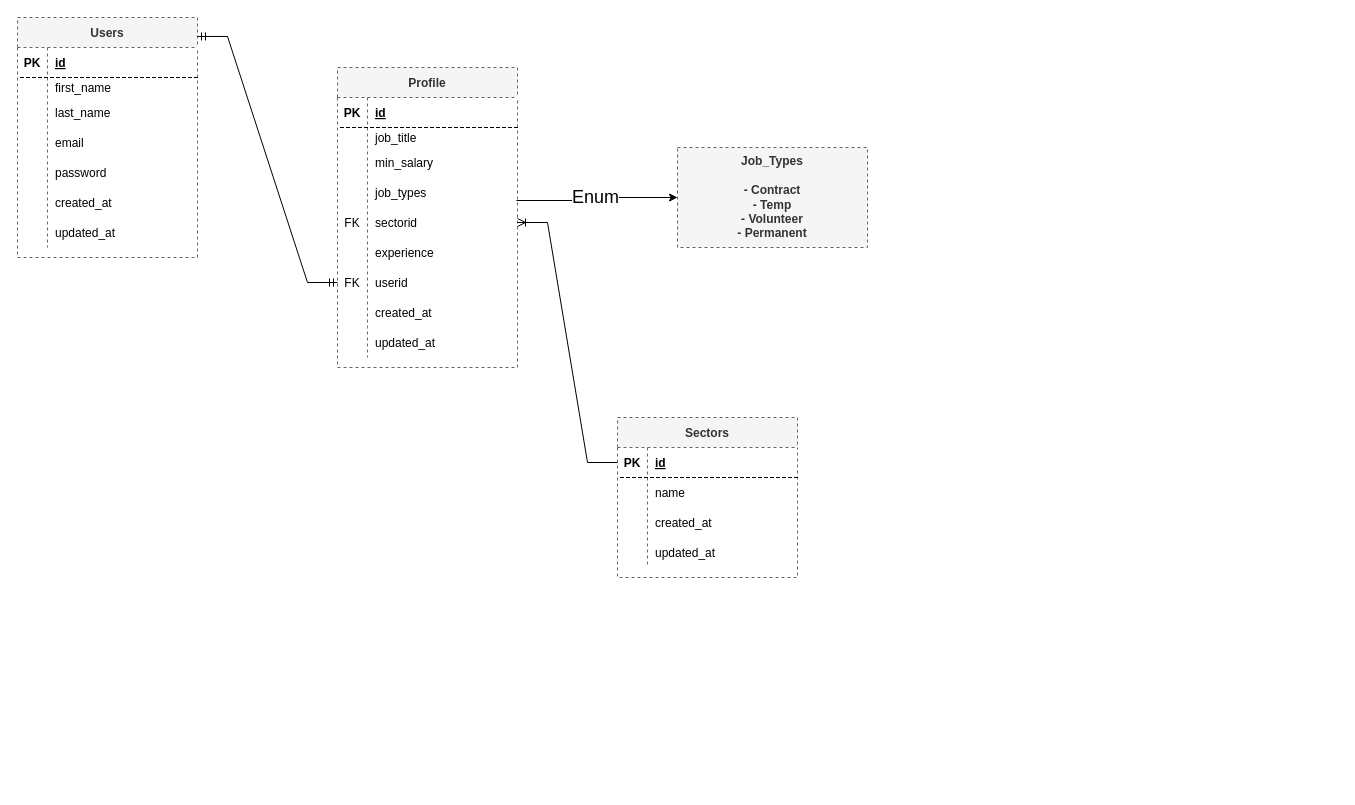
Before: Untitled Diagram.drawio in Kascod/first-repo, a draw.io diagram. Source tidied: cells renumbered, new cells numbered last; positions are measured from the earlier drawing's top-left corner, leaving out a move shared by most shapes. Both pictures are drawn from the tidied source at 100%, with x=0, y=0 at pixel (17, 17).
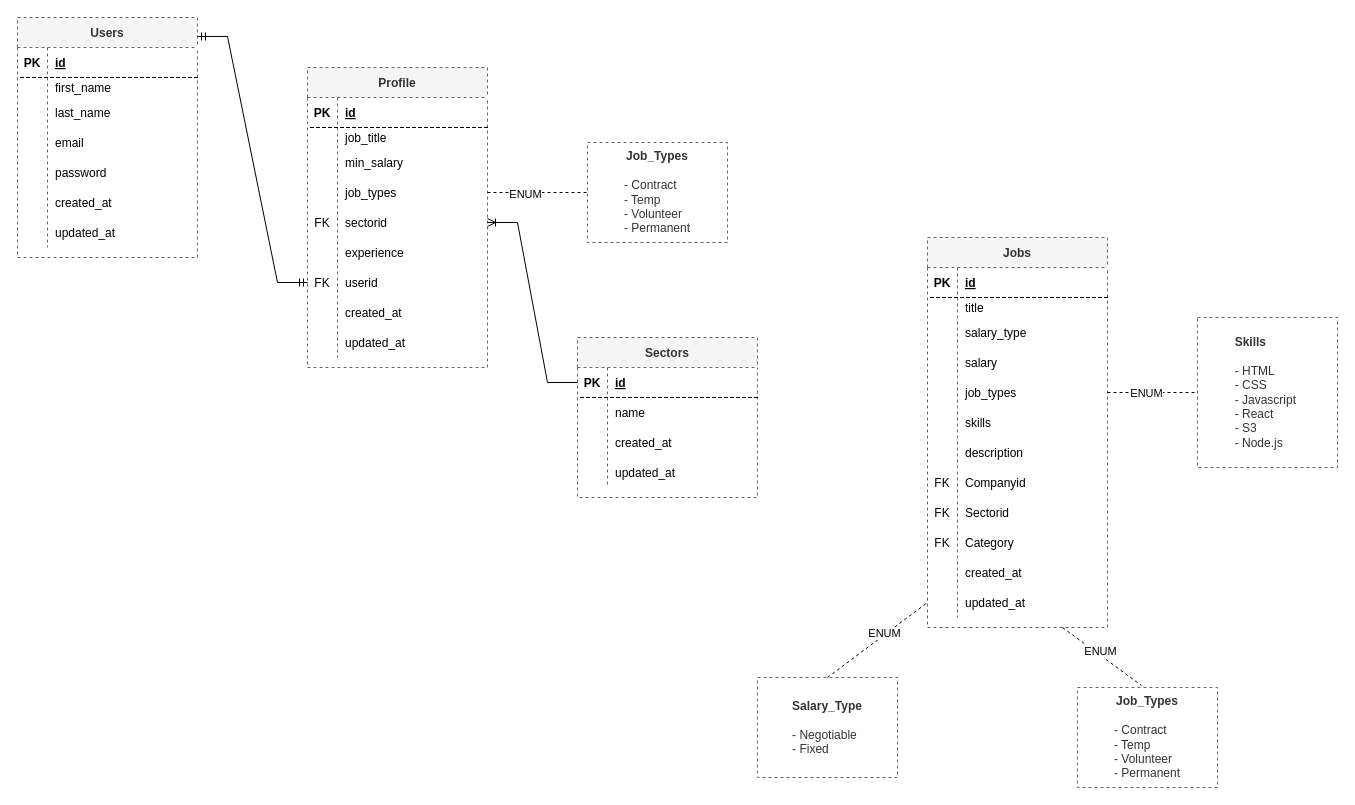
Above is the later version.

Unchanged cells that the change refers to:
```xml
<mxCell id="36" style="shape=tableRow;horizontal=0;startSize=0;swimlaneHead=0;swimlaneBody=0;fillColor=none;points=[[0,0.5],[1,0.5]];portConstraint=eastwest;top=0;left=0;right=0;bottom=0;dashed=1;" parent="26" vertex="1">
  <mxGeometry y="110" width="180" height="30" as="geometry" />
</mxCell>
```

Change to the diagram source:
```diff
@@
-    <mxCell id="24" style="edgeStyle=orthogonalEdgeStyle;rounded=0;jettySize=auto;html=1;exitX=0.994;exitY=0.767;exitDx=0;exitDy=0;exitPerimeter=0;" parent="1" edge="1" source="36" target="54">
-      <mxGeometry relative="1" as="geometry" />
-    </mxCell>
-    <mxCell id="25" value="&lt;font style=&quot;font-size: 18px;&quot;&gt;Enum&lt;/font&gt;" style="edgeLabel;html=1;align=center;verticalAlign=middle;" parent="24" vertex="1">
-      <mxGeometry x="-0.04" y="4" relative="1" as="geometry" />
-    </mxCell>
     <mxCell id="26" value="Profile" style="shape=table;startSize=30;childLayout=tableLayout;rowLines=0;fontStyle=1;align=center;dashed=1;fillColor=#f5f5f5;strokeColor=#666666;fontColor=#333333;" parent="1" vertex="1">
-      <mxGeometry x="320" y="50" width="180" height="300" as="geometry" />
+      <mxGeometry x="290" y="50" width="180" height="300" as="geometry" />
     </mxCell>
@@
-    <mxCell id="54" value="Job_Types&lt;br&gt;&lt;br&gt;- Contract&lt;br&gt;- Temp&lt;br&gt;- Volunteer&lt;br&gt;- Permanent" style="whiteSpace=wrap;html=1;fillColor=#f5f5f5;strokeColor=#666666;fontColor=#333333;startSize=30;fontStyle=1;dashed=1;" parent="1" vertex="1">
-      <mxGeometry x="660" y="130" width="190" height="100" as="geometry" />
+    <mxCell id="54" value="Job_Types&lt;br&gt;&lt;br&gt;&lt;div style=&quot;text-align: left;&quot;&gt;&lt;span style=&quot;font-weight: normal;&quot;&gt;- Contract&lt;/span&gt;&lt;/div&gt;&lt;div style=&quot;text-align: left;&quot;&gt;&lt;span style=&quot;font-weight: normal;&quot;&gt;- Temp&lt;/span&gt;&lt;/div&gt;&lt;div style=&quot;text-align: left;&quot;&gt;&lt;span style=&quot;font-weight: normal;&quot;&gt;- Volunteer&lt;/span&gt;&lt;/div&gt;&lt;div style=&quot;text-align: left;&quot;&gt;&lt;span style=&quot;font-weight: normal;&quot;&gt;- Permanent&lt;/span&gt;&lt;/div&gt;" style="whiteSpace=wrap;html=1;fillColor=#FFFFFF;strokeColor=#666666;fontColor=#333333;startSize=30;fontStyle=1;dashed=1;" parent="1" vertex="1">
+      <mxGeometry x="570" y="125" width="140" height="100" as="geometry" />
     </mxCell>
@@
     <mxCell id="56" value="Sectors" style="shape=table;startSize=30;childLayout=tableLayout;rowLines=0;fontStyle=1;align=center;dashed=1;fillColor=#f5f5f5;strokeColor=#666666;fontColor=#333333;" parent="1" vertex="1">
-      <mxGeometry x="600" y="400" width="180" height="160" as="geometry" />
+      <mxGeometry x="560" y="320" width="180" height="160" as="geometry" />
     </mxCell>
@@
+    <mxCell id="70" value="Jobs" style="shape=table;startSize=30;childLayout=tableLayout;rowLines=0;fontStyle=1;align=center;dashed=1;fillColor=#f5f5f5;strokeColor=#666666;fontColor=#333333;" parent="1" vertex="1">
+      <mxGeometry x="910" y="220" width="180" height="390" as="geometry" />
+    </mxCell>
+    <mxCell id="71" style="shape=tableRow;horizontal=0;startSize=0;swimlaneHead=0;swimlaneBody=0;fillColor=none;top=0;left=0;right=0;bottom=1;dashed=1;" parent="70" vertex="1">
+      <mxGeometry y="30" width="180" height="30" as="geometry" />
+    </mxCell>
+    <mxCell id="72" value="PK" style="shape=partialRectangle;fillColor=none;top=0;left=0;bottom=0;right=0;fontStyle=1;overflow=hidden;dashed=1;" parent="71" vertex="1">
+      <mxGeometry width="30" height="30" as="geometry" />
+    </mxCell>
+    <mxCell id="73" value="id" style="shape=partialRectangle;fillColor=none;top=0;left=0;bottom=0;right=0;align=left;spacingLeft=6;fontStyle=5;overflow=hidden;dashed=1;" parent="71" vertex="1">
+      <mxGeometry x="30" width="150" height="30" as="geometry" />
+    </mxCell>
+    <mxCell id="74" style="shape=tableRow;horizontal=0;startSize=0;swimlaneHead=0;swimlaneBody=0;fillColor=none;top=0;left=0;right=0;bottom=0;dashed=1;" parent="70" vertex="1">
+      <mxGeometry y="60" width="180" height="20" as="geometry" />
+    </mxCell>
+    <mxCell id="75" style="shape=partialRectangle;fillColor=none;top=0;left=0;bottom=0;right=0;overflow=hidden;dashed=1;" parent="74" vertex="1">
+      <mxGeometry width="30" height="20" as="geometry" />
+    </mxCell>
+    <mxCell id="76" value="title" style="shape=partialRectangle;fillColor=none;top=0;left=0;bottom=0;right=0;align=left;spacingLeft=6;overflow=hidden;dashed=1;" parent="74" vertex="1">
+      <mxGeometry x="30" width="150" height="20" as="geometry" />
+    </mxCell>
+    <mxCell id="77" style="shape=tableRow;horizontal=0;startSize=0;swimlaneHead=0;swimlaneBody=0;fillColor=none;top=0;left=0;right=0;bottom=0;dashed=1;" parent="70" vertex="1">
+      <mxGeometry y="80" width="180" height="30" as="geometry" />
+    </mxCell>
+    <mxCell id="78" style="shape=partialRectangle;fillColor=none;top=0;left=0;bottom=0;right=0;overflow=hidden;dashed=1;" parent="77" vertex="1">
+      <mxGeometry width="30" height="30" as="geometry" />
+    </mxCell>
+    <mxCell id="79" value="salary_type" style="shape=partialRectangle;fillColor=none;top=0;left=0;bottom=0;right=0;align=left;spacingLeft=6;overflow=hidden;dashed=1;" parent="77" vertex="1">
+      <mxGeometry x="30" width="150" height="30" as="geometry" />
+    </mxCell>
+    <mxCell id="80" style="shape=tableRow;horizontal=0;startSize=0;swimlaneHead=0;swimlaneBody=0;fillColor=none;top=0;left=0;right=0;bottom=0;" parent="70" vertex="1">
+      <mxGeometry y="110" width="180" height="30" as="geometry" />
+    </mxCell>
+    <mxCell id="81" style="shape=partialRectangle;fillColor=none;top=0;left=0;bottom=0;right=0;overflow=hidden;" parent="80" vertex="1">
+      <mxGeometry width="30" height="30" as="geometry" />
+    </mxCell>
+    <mxCell id="82" value="salary" style="shape=partialRectangle;fillColor=none;top=0;left=0;bottom=0;right=0;align=left;spacingLeft=6;overflow=hidden;" parent="80" vertex="1">
+      <mxGeometry x="30" width="150" height="30" as="geometry" />
+    </mxCell>
+    <mxCell id="83" style="shape=tableRow;horizontal=0;startSize=0;swimlaneHead=0;swimlaneBody=0;fillColor=none;points=[[0,0.5],[1,0.5]];portConstraint=eastwest;top=0;left=0;right=0;bottom=0;dashed=1;" parent="70" vertex="1">
+      <mxGeometry y="140" width="180" height="30" as="geometry" />
+    </mxCell>
+    <mxCell id="84" style="shape=partialRectangle;fillColor=none;top=0;left=0;bottom=0;right=0;overflow=hidden;dashed=1;" parent="83" vertex="1">
+      <mxGeometry width="30" height="30" as="geometry" />
+    </mxCell>
+    <mxCell id="85" value="job_types" style="shape=partialRectangle;fillColor=none;top=0;left=0;bottom=0;right=0;align=left;spacingLeft=6;overflow=hidden;dashed=1;" parent="83" vertex="1">
+      <mxGeometry x="30" width="150" height="30" as="geometry" />
+    </mxCell>
+    <mxCell id="86" style="shape=tableRow;horizontal=0;startSize=0;swimlaneHead=0;swimlaneBody=0;fillColor=none;top=0;left=0;right=0;bottom=0;" parent="70" vertex="1">
+      <mxGeometry y="170" width="180" height="30" as="geometry" />
+    </mxCell>
+    <mxCell id="87" style="shape=partialRectangle;fillColor=none;top=0;left=0;bottom=0;right=0;overflow=hidden;" parent="86" vertex="1">
+      <mxGeometry width="30" height="30" as="geometry" />
+    </mxCell>
+    <mxCell id="88" value="skills" style="shape=partialRectangle;fillColor=none;top=0;left=0;bottom=0;right=0;align=left;spacingLeft=6;overflow=hidden;" parent="86" vertex="1">
+      <mxGeometry x="30" width="150" height="30" as="geometry" />
+    </mxCell>
+    <mxCell id="89" style="shape=tableRow;horizontal=0;startSize=0;swimlaneHead=0;swimlaneBody=0;fillColor=none;top=0;left=0;right=0;bottom=0;" parent="70" vertex="1">
+      <mxGeometry y="200" width="180" height="30" as="geometry" />
+    </mxCell>
+    <mxCell id="90" style="shape=partialRectangle;fillColor=none;top=0;left=0;bottom=0;right=0;overflow=hidden;" parent="89" vertex="1">
+      <mxGeometry width="30" height="30" as="geometry" />
+    </mxCell>
+    <mxCell id="91" value="description" style="shape=partialRectangle;fillColor=none;top=0;left=0;bottom=0;right=0;align=left;spacingLeft=6;overflow=hidden;" parent="89" vertex="1">
+      <mxGeometry x="30" width="150" height="30" as="geometry" />
+    </mxCell>
+    <mxCell id="92" style="shape=tableRow;horizontal=0;startSize=0;swimlaneHead=0;swimlaneBody=0;fillColor=none;top=0;left=0;right=0;bottom=0;dashed=1;" parent="70" vertex="1">
+      <mxGeometry y="230" width="180" height="30" as="geometry" />
+    </mxCell>
+    <mxCell id="93" value="FK" style="shape=partialRectangle;fillColor=none;top=0;left=0;bottom=0;right=0;overflow=hidden;dashed=1;" parent="92" vertex="1">
+      <mxGeometry width="30" height="30" as="geometry" />
+    </mxCell>
+    <mxCell id="94" value="Companyid" style="shape=partialRectangle;fillColor=none;top=0;left=0;bottom=0;right=0;align=left;spacingLeft=6;overflow=hidden;dashed=1;" parent="92" vertex="1">
+      <mxGeometry x="30" width="150" height="30" as="geometry" />
+    </mxCell>
+    <mxCell id="95" style="shape=tableRow;horizontal=0;startSize=0;swimlaneHead=0;swimlaneBody=0;fillColor=none;top=0;left=0;right=0;bottom=0;dashed=1;" parent="70" vertex="1">
+      <mxGeometry y="260" width="180" height="30" as="geometry" />
+    </mxCell>
+    <mxCell id="96" value="FK" style="shape=partialRectangle;fillColor=none;top=0;left=0;bottom=0;right=0;overflow=hidden;dashed=1;" parent="95" vertex="1">
+      <mxGeometry width="30" height="30" as="geometry" />
+    </mxCell>
+    <mxCell id="97" value="Sectorid" style="shape=partialRectangle;fillColor=none;top=0;left=0;bottom=0;right=0;align=left;spacingLeft=6;overflow=hidden;dashed=1;" parent="95" vertex="1">
+      <mxGeometry x="30" width="150" height="30" as="geometry" />
+    </mxCell>
+    <mxCell id="98" style="shape=tableRow;horizontal=0;startSize=0;swimlaneHead=0;swimlaneBody=0;fillColor=none;top=0;left=0;right=0;bottom=0;dashed=1;" parent="70" vertex="1">
+      <mxGeometry y="290" width="180" height="30" as="geometry" />
+    </mxCell>
+    <mxCell id="99" value="FK" style="shape=partialRectangle;fillColor=none;top=0;left=0;bottom=0;right=0;overflow=hidden;dashed=1;" parent="98" vertex="1">
+      <mxGeometry width="30" height="30" as="geometry" />
+    </mxCell>
+    <mxCell id="100" value="Category" style="shape=partialRectangle;fillColor=none;top=0;left=0;bottom=0;right=0;align=left;spacingLeft=6;overflow=hidden;dashed=1;" parent="98" vertex="1">
+      <mxGeometry x="30" width="150" height="30" as="geometry" />
+    </mxCell>
+    <mxCell id="101" style="shape=tableRow;horizontal=0;startSize=0;swimlaneHead=0;swimlaneBody=0;fillColor=none;top=0;left=0;right=0;bottom=0;dashed=1;" parent="70" vertex="1">
+      <mxGeometry y="320" width="180" height="30" as="geometry" />
+    </mxCell>
+    <mxCell id="102" style="shape=partialRectangle;fillColor=none;top=0;left=0;bottom=0;right=0;overflow=hidden;dashed=1;" parent="101" vertex="1">
+      <mxGeometry width="30" height="30" as="geometry" />
+    </mxCell>
+    <mxCell id="103" value="created_at" style="shape=partialRectangle;fillColor=none;top=0;left=0;bottom=0;right=0;align=left;spacingLeft=6;overflow=hidden;dashed=1;" parent="101" vertex="1">
+      <mxGeometry x="30" width="150" height="30" as="geometry" />
+    </mxCell>
+    <mxCell id="104" style="shape=tableRow;horizontal=0;startSize=0;swimlaneHead=0;swimlaneBody=0;fillColor=none;points=[[0,0.5],[1,0.5]];portConstraint=eastwest;top=0;left=0;right=0;bottom=0;dashed=1;" parent="70" vertex="1">
+      <mxGeometry y="350" width="180" height="30" as="geometry" />
+    </mxCell>
+    <mxCell id="105" style="shape=partialRectangle;fillColor=none;top=0;left=0;bottom=0;right=0;overflow=hidden;dashed=1;" parent="104" vertex="1">
+      <mxGeometry width="30" height="30" as="geometry" />
+    </mxCell>
+    <mxCell id="106" value="updated_at" style="shape=partialRectangle;fillColor=none;top=0;left=0;bottom=0;right=0;align=left;spacingLeft=6;overflow=hidden;dashed=1;" parent="104" vertex="1">
+      <mxGeometry x="30" width="150" height="30" as="geometry" />
+    </mxCell>
+    <mxCell id="107" value="Job_Types&lt;br&gt;&lt;br&gt;&lt;div style=&quot;text-align: left;&quot;&gt;&lt;span style=&quot;font-weight: normal;&quot;&gt;- Contract&lt;/span&gt;&lt;/div&gt;&lt;span style=&quot;font-weight: normal;&quot;&gt;&lt;div style=&quot;text-align: left;&quot;&gt;- Temp&lt;/div&gt;&lt;div style=&quot;text-align: left;&quot;&gt;- Volunteer&lt;/div&gt;&lt;div style=&quot;text-align: left;&quot;&gt;- Permanent&lt;/div&gt;&lt;/span&gt;" style="whiteSpace=wrap;html=1;fillColor=#FFFFFF;strokeColor=#666666;fontColor=#333333;startSize=30;fontStyle=1;dashed=1;align=center;" parent="1" vertex="1">
+      <mxGeometry x="1060" y="670" width="140" height="100" as="geometry" />
+    </mxCell>
+    <mxCell id="108" value="Salary_Type&lt;br&gt;&lt;br&gt;&lt;div style=&quot;text-align: left;&quot;&gt;&lt;span style=&quot;font-weight: normal;&quot;&gt;- Negotiable&lt;/span&gt;&lt;/div&gt;&lt;div style=&quot;text-align: left;&quot;&gt;&lt;span style=&quot;font-weight: normal;&quot;&gt;- Fixed&amp;nbsp;&lt;/span&gt;&lt;/div&gt;" style="whiteSpace=wrap;html=1;fillColor=#FFFFFF;strokeColor=#666666;fontColor=#333333;startSize=30;fontStyle=1;dashed=1;" parent="1" vertex="1">
+      <mxGeometry x="740" y="660" width="140" height="100" as="geometry" />
+    </mxCell>
+    <mxCell id="109" value="&lt;div style=&quot;text-align: left;&quot;&gt;Skills&lt;/div&gt;&lt;div style=&quot;text-align: left;&quot;&gt;&lt;br&gt;&lt;/div&gt;&lt;span style=&quot;font-weight: normal;&quot;&gt;&lt;div style=&quot;text-align: left;&quot;&gt;- HTML&lt;/div&gt;&lt;div style=&quot;text-align: left;&quot;&gt;- CSS&amp;nbsp;&lt;/div&gt;&lt;div style=&quot;text-align: left;&quot;&gt;- Javascript&amp;nbsp;&lt;/div&gt;&lt;div style=&quot;text-align: left;&quot;&gt;- React&amp;nbsp;&lt;/div&gt;&lt;div style=&quot;text-align: left;&quot;&gt;- S3&amp;nbsp;&lt;/div&gt;&lt;div style=&quot;text-align: left;&quot;&gt;- Node.js&amp;nbsp;&lt;/div&gt;&lt;/span&gt;" style="whiteSpace=wrap;html=1;fillColor=#FFFFFF;strokeColor=#666666;fontColor=#333333;startSize=30;fontStyle=1;dashed=1;" parent="1" vertex="1">
+      <mxGeometry x="1180" y="300" width="140" height="150" as="geometry" />
+    </mxCell>
+    <mxCell id="110" style="rounded=0;jettySize=auto;html=1;exitX=1;exitY=0.5;exitDx=0;exitDy=0;endArrow=none;endFill=0;dashed=1;" parent="1" edge="1" source="83" target="109">
+      <mxGeometry relative="1" as="geometry" />
+    </mxCell>
+    <mxCell id="111" value="ENUM" style="edgeLabel;html=1;align=center;verticalAlign=middle;" parent="110" vertex="1">
+      <mxGeometry x="-0.51" y="2" relative="1" as="geometry">
+        <mxPoint x="16" y="2" as="offset" />
+      </mxGeometry>
+    </mxCell>
+    <mxCell id="112" style="rounded=0;jettySize=auto;html=1;exitX=0.75;exitY=1;exitDx=0;exitDy=0;endArrow=none;endFill=0;entryX=0.457;entryY=-0.02;entryDx=0;entryDy=0;entryPerimeter=0;dashed=1;" parent="1" edge="1" source="70" target="107">
+      <mxGeometry relative="1" as="geometry" />
+    </mxCell>
+    <mxCell id="113" value="ENUM" style="edgeLabel;html=1;align=center;verticalAlign=middle;" parent="112" vertex="1">
+      <mxGeometry x="-0.1" y="3" relative="1" as="geometry" />
+    </mxCell>
+    <mxCell id="114" style="rounded=0;jettySize=auto;html=1;exitX=0.5;exitY=0;exitDx=0;exitDy=0;endArrow=none;endFill=0;entryX=0;entryY=0.5;entryDx=0;entryDy=0;dashed=1;" parent="1" edge="1" source="108" target="104">
+      <mxGeometry relative="1" as="geometry" />
+    </mxCell>
+    <mxCell id="115" value="ENUM" style="edgeLabel;html=1;align=center;verticalAlign=middle;" parent="114" vertex="1">
+      <mxGeometry x="0.15" y="2" relative="1" as="geometry" />
+    </mxCell>
+    <mxCell id="24" style="edgeStyle=none;rounded=0;jettySize=auto;html=1;exitX=1;exitY=0.5;exitDx=0;exitDy=0;entryX=0;entryY=0.5;entryDx=0;entryDy=0;dashed=1;endArrow=none;endFill=0;" parent="1" edge="1" source="36" target="54">
+      <mxGeometry relative="1" as="geometry" />
+    </mxCell>
+    <mxCell id="116" value="ENUM" style="edgeLabel;html=1;align=center;verticalAlign=middle;" parent="24" vertex="1">
+      <mxGeometry x="-0.27" y="-1" relative="1" as="geometry" />
+    </mxCell>
```
